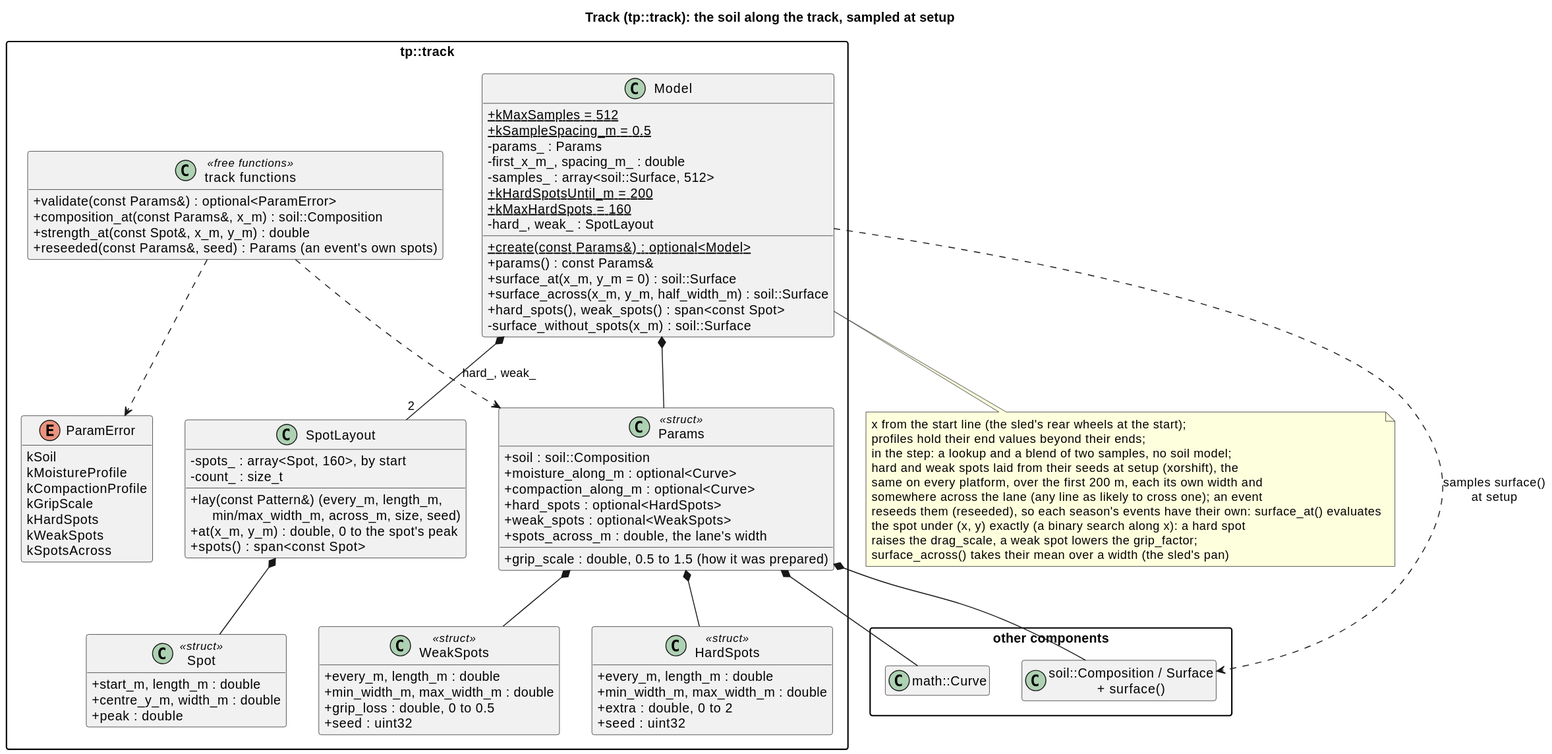
Earlier version of the PlantUML export docs/diagrams/svg/track_classes.svg (wversteeg/TractorPulling).
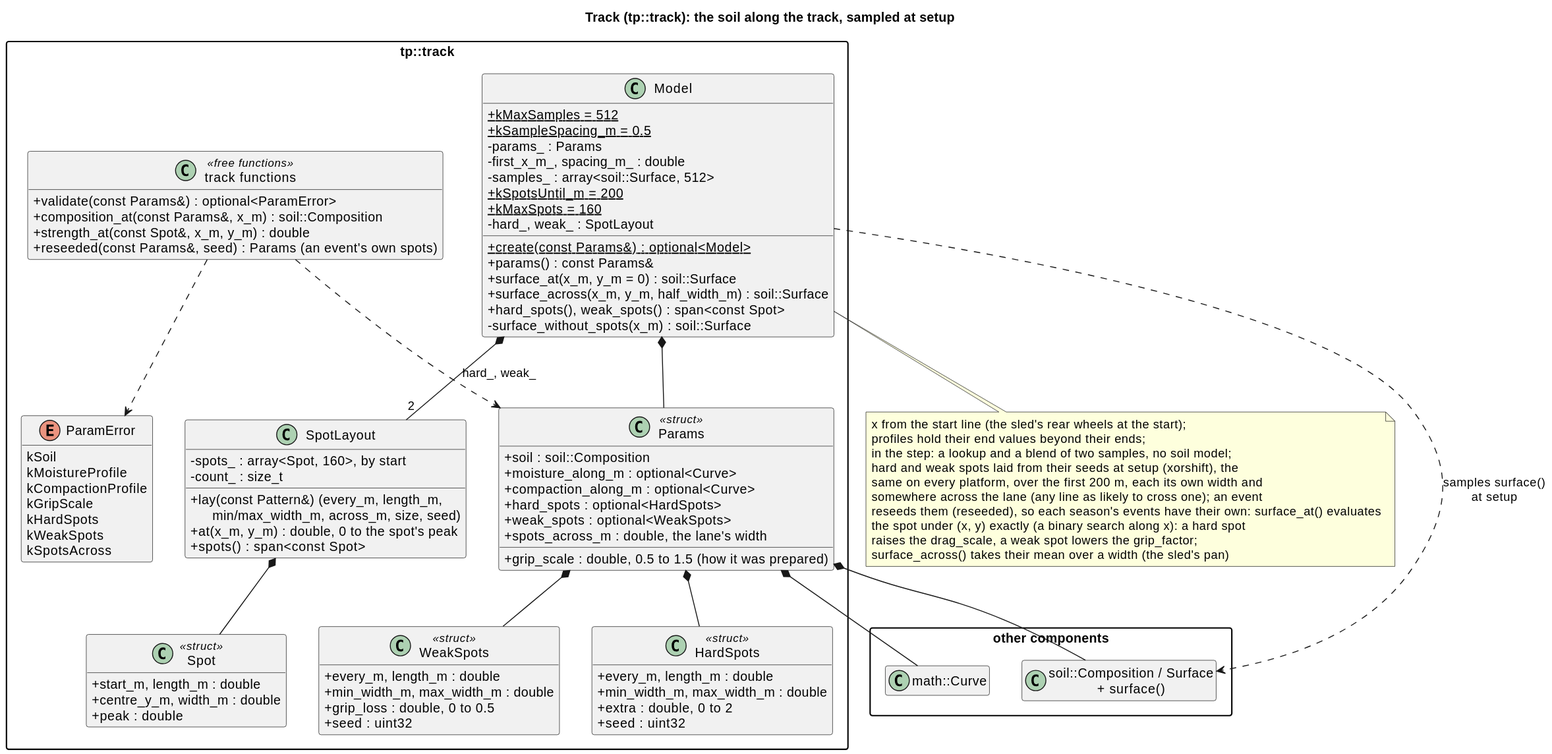
After the change.

What changed in the source:
```diff
@@ -49,8 +49,8 @@
     -params_ : Params
     -first_x_m_, spacing_m_ : double
     -samples_ : array<soil::Surface, 512>
-    +{static} kHardSpotsUntil_m = 200
-    +{static} kMaxHardSpots = 160
+    +{static} kSpotsUntil_m = 200
+    +{static} kMaxSpots = 160
     -hard_, weak_ : SpotLayout
     +{static} create(const Params&) : optional<Model>
     +params() : const Params&
```
